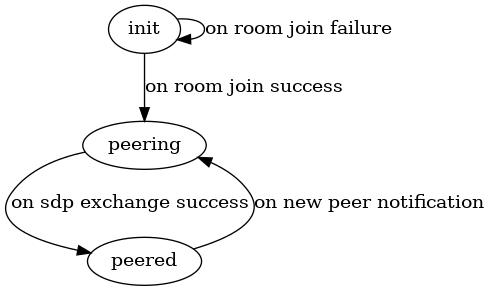
Earlier version of the Graphviz export signal-states.png (johndistasio/signals). Its source is kept beside it as signal-states.dot.
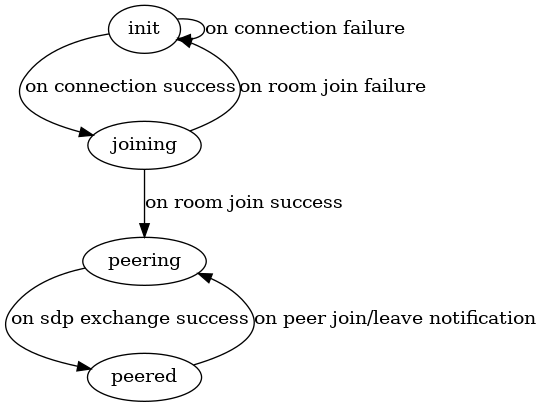
After the commit.

Commit message:
update state diagram

Change to the diagram source:
```diff
@@ -1,6 +1,8 @@
 digraph signaling {
-  init -> init [label="on room join failure"];
-  init -> peering [label="on room join success"];
+  init -> init [label="on connection failure"];
+  init -> joining [label="on connection success"];
+  joining -> init [label="on room join failure"];
+  joining -> peering [label="on room join success"];
   peering -> peered [label="on sdp exchange success"];
-  peered -> peering [label="on new peer notification"];
+  peered -> peering [label="on peer join/leave notification"];
 }
```
